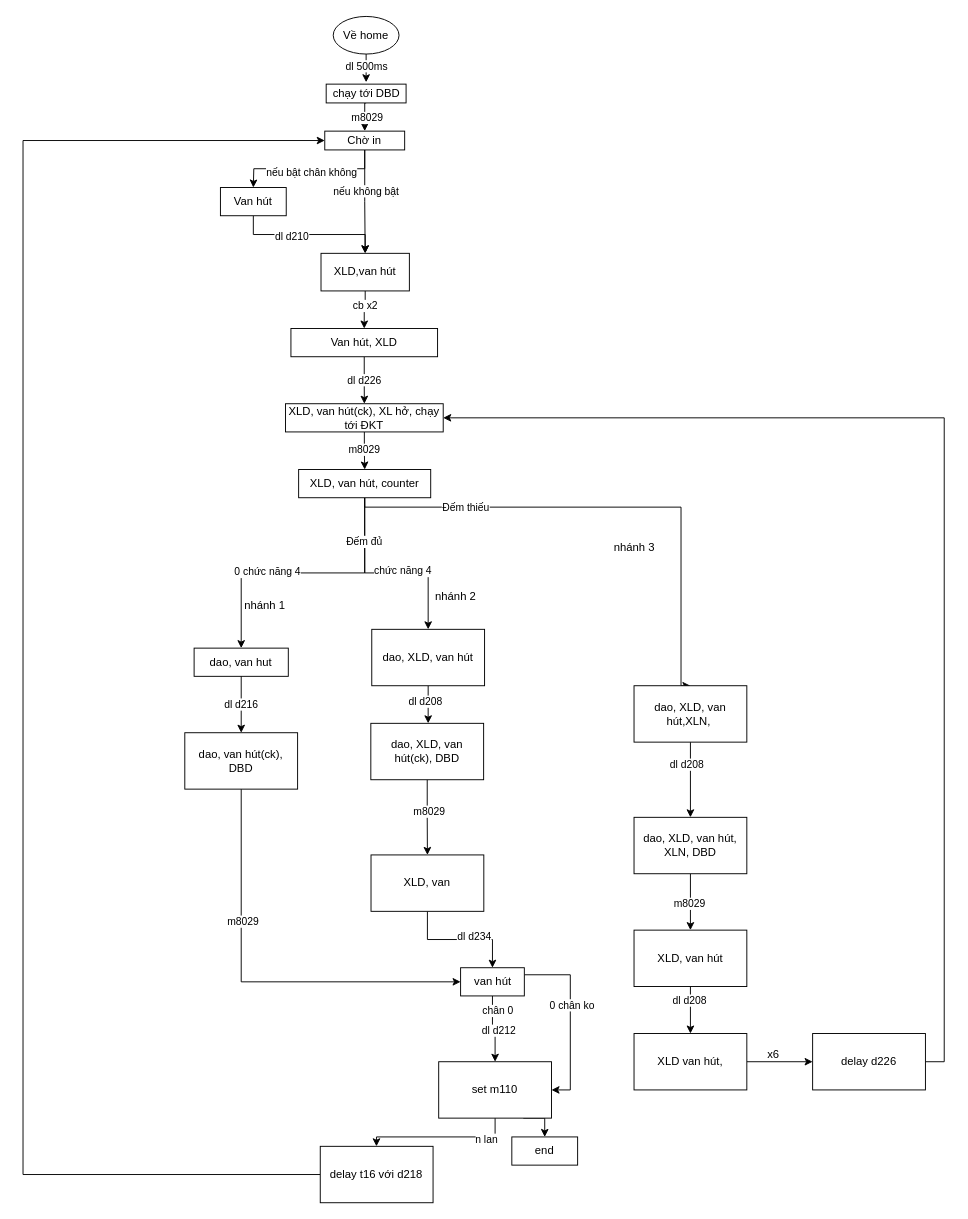
The draw.io diagram trai muc truoc.drawio in robowindgit/a0-quyencun, before the edit. Source tidied: cells renumbered, new cells numbered last; positions are measured from the earlier drawing's top-left corner, leaving out a move shared by most shapes. Both pictures are drawn from the tidied source at 94%, with x=0, y=0 at pixel (23, 16).
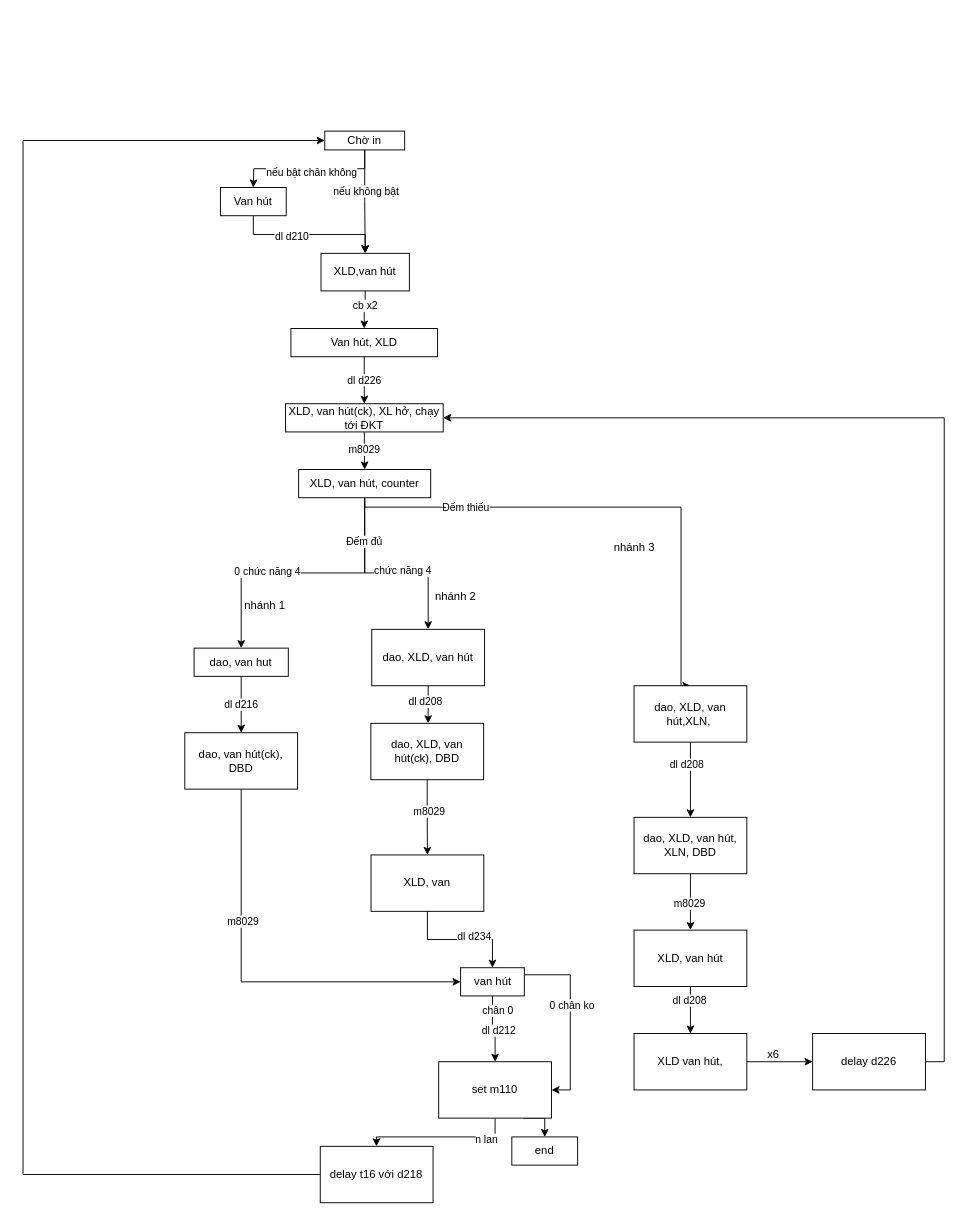
The same diagram, later.

Unchanged cells that the change refers to:
```xml
<mxCell id="13" value="Chờ in" style="rounded=0;whiteSpace=wrap;html=1;" parent="1" vertex="1">
  <mxGeometry x="321" y="122" width="85" height="20" as="geometry" />
</mxCell>
```

What changed in the source:
```diff
@@
-    <mxCell id="2" style="edgeStyle=orthogonalEdgeStyle;rounded=0;orthogonalLoop=1;jettySize=auto;html=1;exitX=0.5;exitY=1;exitDx=0;exitDy=0;" parent="1" edge="1">
-      <mxGeometry relative="1" as="geometry">
-        <mxPoint x="365" y="40" as="sourcePoint" />
-        <mxPoint x="365" y="70" as="targetPoint" />
-      </mxGeometry>
-    </mxCell>
-    <mxCell id="3" value="dl 500ms&amp;nbsp;" style="edgeLabel;html=1;align=center;verticalAlign=middle;" parent="2" vertex="1">
-      <mxGeometry x="-0.65" y="3" relative="1" as="geometry">
-        <mxPoint x="-2" y="7" as="offset" />
-      </mxGeometry>
-    </mxCell>
-    <mxCell id="4" value="Về home" style="ellipse;whiteSpace=wrap;html=1;" parent="1" vertex="1">
-      <mxGeometry x="330" width="70" height="40" as="geometry" />
-    </mxCell>
-    <mxCell id="5" style="edgeStyle=orthogonalEdgeStyle;rounded=0;jettySize=auto;html=1;exitX=0.5;exitY=1;exitDx=0;exitDy=0;entryX=0.5;entryY=0;entryDx=0;entryDy=0;" parent="1" edge="1" source="7" target="13">
-      <mxGeometry relative="1" as="geometry" />
-    </mxCell>
-    <mxCell id="6" value="m8029" style="edgeLabel;html=1;align=center;verticalAlign=middle;" parent="5" vertex="1">
-      <mxGeometry x="0.06" y="2" relative="1" as="geometry" />
-    </mxCell>
-    <mxCell id="7" value="chạy tới DBD" style="rounded=0;whiteSpace=wrap;html=1;" parent="1" vertex="1">
-      <mxGeometry x="322.5" y="72" width="85" height="20" as="geometry" />
-    </mxCell>
```
